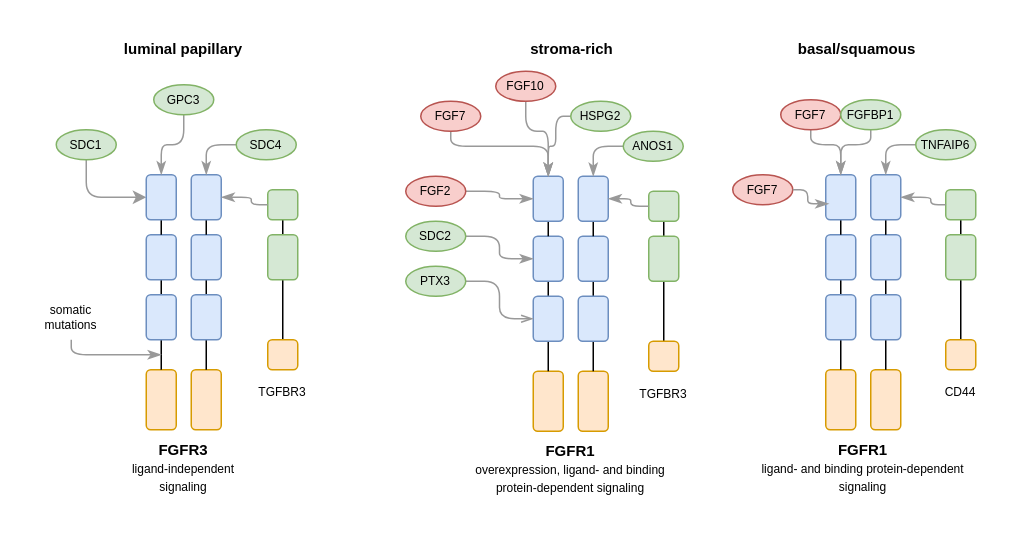
Above: schemes/FGFR_signaling_blca.drawio in PiotrTymoszuk/FGFR-BLCA (draw.io), before the change. Source tidied: cells renumbered, new cells numbered last; positions are measured from the earlier drawing's top-left corner, leaving out a move shared by most shapes. Both pictures are drawn from the tidied source at 150%, with x=0, y=0 at pixel (26, 26).
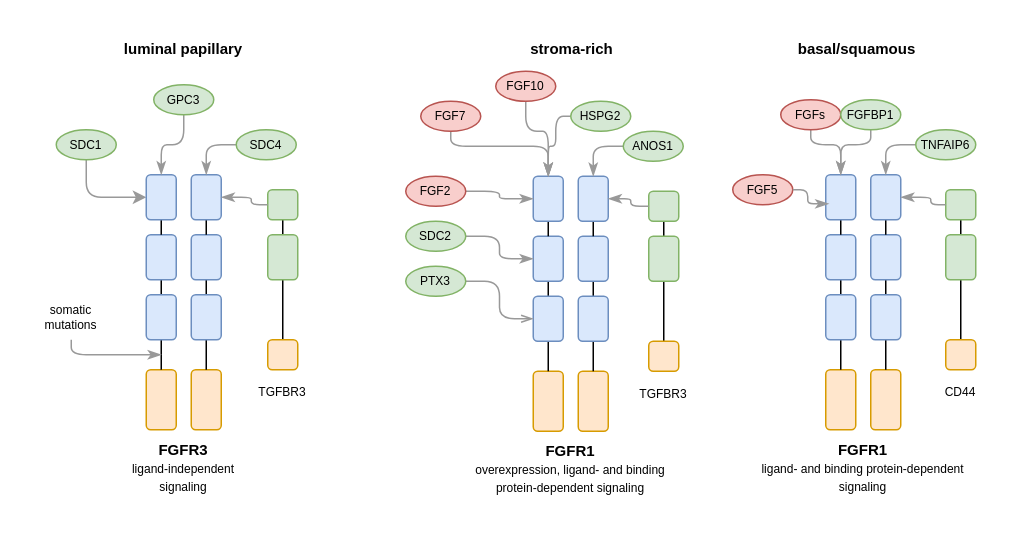
The same diagram, later.

Unchanged cells that the change refers to:
```xml
<mxCell id="78" style="group;" parent="1" vertex="1">
  <mxGeometry x="483" y="49" width="170" height="270" as="geometry" />
</mxCell>
```

The edit, as a diff of the source:
```diff
@@
-    <mxCell id="98" value="FGF7" style="ellipse;whiteSpace=wrap;html=1;fontSize=8;fillColor=#f8cecc;strokeColor=#b85450;" parent="78" vertex="1">
+    <mxCell id="98" value="FGFs" style="ellipse;whiteSpace=wrap;html=1;fontSize=8;fillColor=#f8cecc;strokeColor=#b85450;" parent="78" vertex="1">
       <mxGeometry x="20" width="40" height="20" as="geometry" />
     </mxCell>
@@
-    <mxCell id="111" value="FGF7" style="ellipse;whiteSpace=wrap;html=1;fontSize=8;fillColor=#f8cecc;strokeColor=#b85450;" parent="78" vertex="1">
+    <mxCell id="111" value="FGF5" style="ellipse;whiteSpace=wrap;html=1;fontSize=8;fillColor=#f8cecc;strokeColor=#b85450;" parent="78" vertex="1">
       <mxGeometry x="-12" y="50" width="40" height="20" as="geometry" />
     </mxCell>
```
